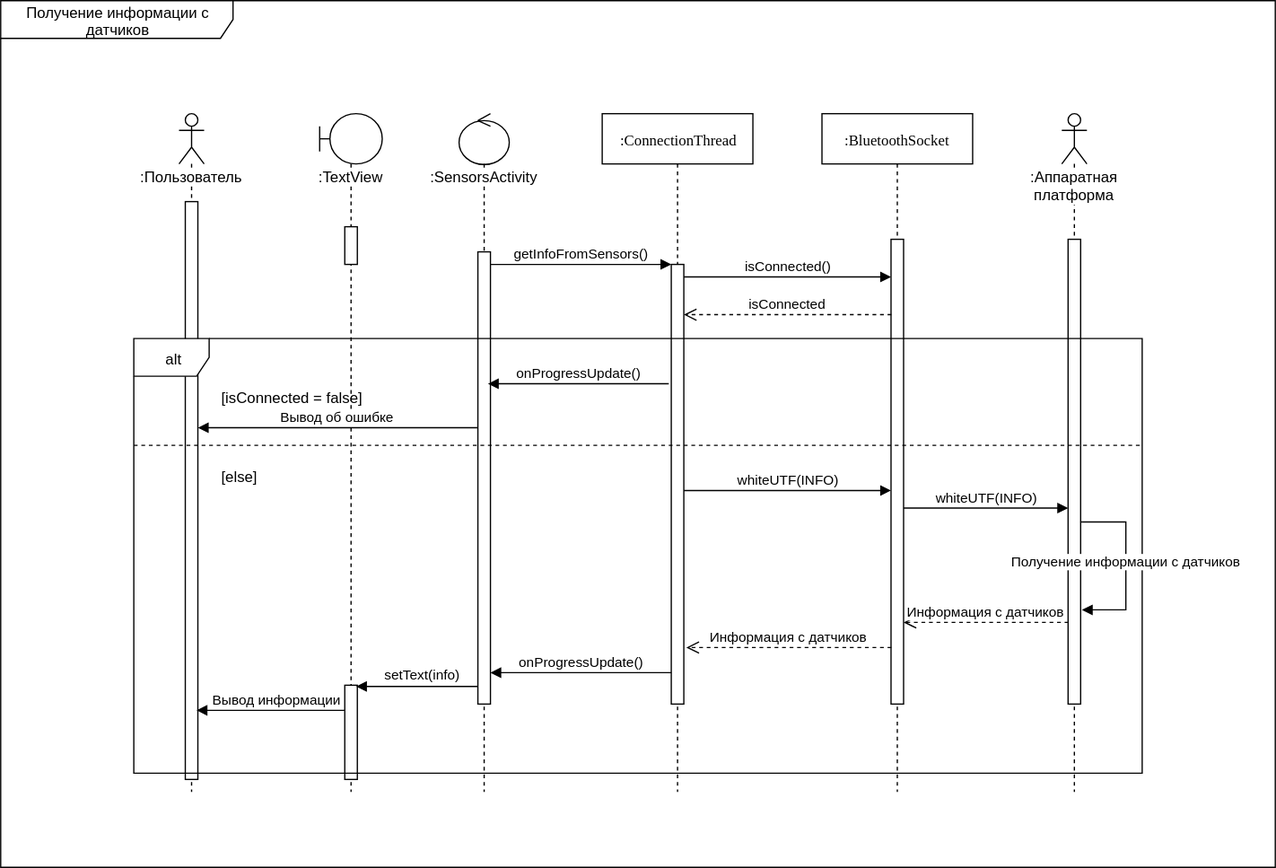
Before: documentation/diagrams/sequenct_diagrams/sensors_activity_sequence_diagram.svg, a diagram exported from draw.io (Lipotam/trackPlatform). Source tidied: cells renumbered, new cells last; positions are measured from the earlier drawing's top-left corner, leaving out a move shared by most shapes.
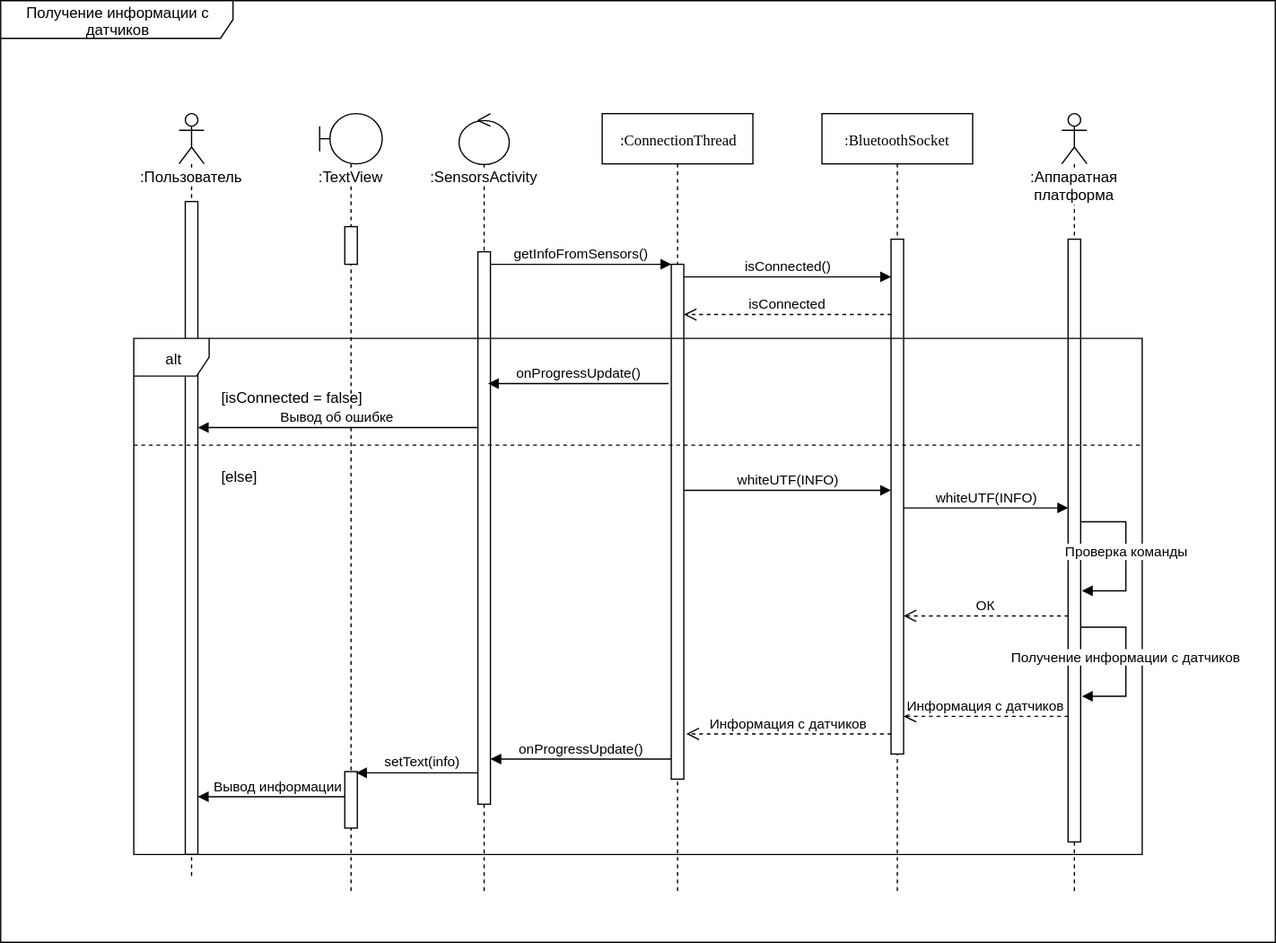
The same diagram one commit later.

Change to the diagram source:
```diff
@@ -3,43 +3,43 @@
     <mxCell id="0" />
     <mxCell id="1" parent="0" />
     <mxCell id="2" value=":ConnectionThread" style="shape=umlLifeline;perimeter=lifelinePerimeter;whiteSpace=wrap;html=1;rounded=0;shadow=0;comic=0;labelBackgroundColor=none;strokeColor=#000000;strokeWidth=1;fillColor=#FFFFFF;fontFamily=Verdana;fontSize=12;fontColor=#000000;align=center;glass=0;size=40;" parent="1" vertex="1">
-      <mxGeometry x="479" y="90" width="120" height="540" as="geometry" />
+      <mxGeometry x="479" y="90" width="120" height="620" as="geometry" />
     </mxCell>
     <mxCell id="3" style="html=1;points=[];perimeter=orthogonalPerimeter;rounded=0;shadow=0;comic=0;labelBackgroundColor=none;strokeColor=#000000;strokeWidth=1;fillColor=#FFFFFF;fontFamily=Verdana;fontSize=12;fontColor=#000000;align=center;" parent="2" vertex="1">
-      <mxGeometry x="55" y="120" width="10" height="350" as="geometry" />
+      <mxGeometry x="55" y="120" width="10" height="410" as="geometry" />
     </mxCell>
     <mxCell id="4" value=":Пользователь" style="shape=umlLifeline;participant=umlActor;perimeter=lifelinePerimeter;whiteSpace=wrap;html=1;verticalAlign=top;spacingTop=36;labelBackgroundColor=#ffffff;shadow=0;glass=0;strokeColor=#000000;fontColor=#000000;align=center;" parent="1" vertex="1">
-      <mxGeometry x="142" y="90" width="20" height="540" as="geometry" />
+      <mxGeometry x="142" y="90" width="20" height="610" as="geometry" />
     </mxCell>
     <mxCell id="5" style="html=1;points=[];perimeter=orthogonalPerimeter;rounded=0;shadow=0;comic=0;labelBackgroundColor=none;strokeColor=#000000;strokeWidth=1;fillColor=#FFFFFF;fontFamily=Verdana;fontSize=12;fontColor=#000000;align=center;" parent="4" vertex="1">
-      <mxGeometry x="5" y="70" width="10" height="460" as="geometry" />
+      <mxGeometry x="5" y="70" width="10" height="520" as="geometry" />
     </mxCell>
     <mxCell id="6" value=":Аппаратная платформа" style="shape=umlLifeline;participant=umlActor;perimeter=lifelinePerimeter;whiteSpace=wrap;html=1;verticalAlign=top;spacingTop=36;labelBackgroundColor=#ffffff;shadow=0;glass=0;strokeColor=#000000;fontColor=#000000;align=center;" parent="1" vertex="1">
-      <mxGeometry x="845" y="90" width="20" height="540" as="geometry" />
+      <mxGeometry x="845" y="90" width="20" height="620" as="geometry" />
     </mxCell>
     <mxCell id="7" style="html=1;points=[];perimeter=orthogonalPerimeter;rounded=0;shadow=0;comic=0;labelBackgroundColor=none;strokeColor=#000000;strokeWidth=1;fillColor=#FFFFFF;fontFamily=Verdana;fontSize=12;fontColor=#000000;align=center;" parent="6" vertex="1">
-      <mxGeometry x="5" y="100" width="10" height="370" as="geometry" />
+      <mxGeometry x="5" y="100" width="10" height="480" as="geometry" />
     </mxCell>
     <mxCell id="8" value=":TextView" style="shape=umlLifeline;participant=umlBoundary;perimeter=lifelinePerimeter;whiteSpace=wrap;html=1;verticalAlign=top;spacingTop=36;labelBackgroundColor=#ffffff;shadow=0;glass=0;strokeColor=#000000;fontColor=#000000;align=center;" parent="1" vertex="1">
-      <mxGeometry x="254" y="90" width="50" height="540" as="geometry" />
+      <mxGeometry x="254" y="90" width="50" height="620" as="geometry" />
     </mxCell>
     <mxCell id="9" style="html=1;perimeter=orthogonalPerimeter;rounded=0;shadow=0;comic=0;labelBackgroundColor=none;strokeColor=#000000;strokeWidth=1;fillColor=#FFFFFF;fontFamily=Verdana;fontSize=12;fontColor=#000000;align=center;" parent="8" vertex="1">
       <mxGeometry x="20" y="90" width="10" height="30" as="geometry" />
     </mxCell>
     <mxCell id="10" style="html=1;perimeter=orthogonalPerimeter;rounded=0;shadow=0;comic=0;labelBackgroundColor=none;strokeColor=#000000;strokeWidth=1;fillColor=#FFFFFF;fontFamily=Verdana;fontSize=12;fontColor=#000000;align=center;" parent="8" vertex="1">
-      <mxGeometry x="20" y="455" width="10" height="75" as="geometry" />
+      <mxGeometry x="20" y="524" width="10" height="45" as="geometry" />
     </mxCell>
     <mxCell id="11" value=":SensorsActivity" style="shape=umlLifeline;participant=umlControl;perimeter=lifelinePerimeter;whiteSpace=wrap;html=1;verticalAlign=top;spacingTop=36;labelBackgroundColor=#ffffff;shadow=0;glass=0;strokeColor=#000000;fontColor=#000000;align=center;" parent="1" vertex="1">
-      <mxGeometry x="365" y="90" width="40" height="540" as="geometry" />
+      <mxGeometry x="365" y="90" width="40" height="620" as="geometry" />
     </mxCell>
     <mxCell id="12" value=":BluetoothSocket" style="shape=umlLifeline;perimeter=lifelinePerimeter;whiteSpace=wrap;html=1;rounded=0;shadow=0;comic=0;labelBackgroundColor=none;strokeColor=#000000;strokeWidth=1;fillColor=#FFFFFF;fontFamily=Verdana;fontSize=12;fontColor=#000000;align=center;glass=0;" parent="1" vertex="1">
-      <mxGeometry x="654" y="90" width="120" height="540" as="geometry" />
+      <mxGeometry x="654" y="90" width="120" height="620" as="geometry" />
     </mxCell>
     <mxCell id="13" style="html=1;perimeter=orthogonalPerimeter;rounded=0;shadow=0;comic=0;labelBackgroundColor=none;strokeColor=#000000;strokeWidth=1;fillColor=#FFFFFF;fontFamily=Verdana;fontSize=12;fontColor=#000000;align=center;" parent="12" vertex="1">
-      <mxGeometry x="55" y="100" width="10" height="370" as="geometry" />
+      <mxGeometry x="55" y="100" width="10" height="410" as="geometry" />
     </mxCell>
     <mxCell id="14" style="html=1;perimeter=orthogonalPerimeter;rounded=0;shadow=0;comic=0;labelBackgroundColor=none;strokeColor=#000000;strokeWidth=1;fillColor=#FFFFFF;fontFamily=Verdana;fontSize=12;fontColor=#000000;align=center;" parent="1" vertex="1">
-      <mxGeometry x="380" y="200" width="10" height="360" as="geometry" />
+      <mxGeometry x="380" y="200" width="10" height="440" as="geometry" />
     </mxCell>
     <mxCell id="15" value="getInfoFromSensors()" style="html=1;verticalAlign=bottom;endArrow=block;strokeColor=#000000;fontColor=#000000;" parent="1" edge="1" target="3">
       <mxGeometry relative="1" as="geometry">
@@ -59,7 +59,7 @@
       </mxGeometry>
     </mxCell>
     <mxCell id="18" value="alt" style="shape=umlFrame;whiteSpace=wrap;html=1;rounded=0;shadow=0;glass=0;comic=0;labelBackgroundColor=none;strokeColor=#000000;fontColor=#000000;align=center;" parent="1" vertex="1">
-      <mxGeometry x="106" y="269" width="803" height="346" as="geometry" />
+      <mxGeometry x="106" y="269" width="803" height="411" as="geometry" />
     </mxCell>
     <mxCell id="19" style="line;strokeWidth=1;fillColor=none;align=left;verticalAlign=middle;spacingTop=-1;spacingLeft=3;spacingRight=3;labelPosition=right;rounded=0;shadow=0;glass=0;comic=0;labelBackgroundColor=none;fontColor=#000000;html=0;dashed=1;" parent="1" vertex="1">
       <mxGeometry x="106" y="350" width="803" height="8" as="geometry" />
@@ -92,46 +92,66 @@
         <mxPoint x="719" y="404" as="sourcePoint" />
       </mxGeometry>
     </mxCell>
-    <mxCell id="26" value="Информация с датчиков" style="html=1;verticalAlign=bottom;endArrow=open;dashed=1;endSize=8;exitX=0;exitY=0.95;strokeColor=#000000;fontColor=#000000;" parent="1" edge="1">
+    <mxCell id="26" value="ОК" style="html=1;verticalAlign=bottom;endArrow=open;dashed=1;endSize=8;exitX=0;exitY=0.95;strokeColor=#000000;fontColor=#000000;" parent="1" edge="1">
       <mxGeometry relative="1" as="geometry">
-        <mxPoint x="850.2" y="495" as="sourcePoint" />
-        <mxPoint x="719" y="495" as="targetPoint" />
+        <mxPoint x="850.2" y="490" as="sourcePoint" />
+        <mxPoint x="719" y="490" as="targetPoint" />
       </mxGeometry>
     </mxCell>
     <mxCell id="27" value="Получение информации с датчиков" style="shape=umlFrame;whiteSpace=wrap;html=1;rounded=0;shadow=0;glass=0;comic=0;labelBackgroundColor=none;strokeColor=#000000;fontColor=#000000;align=center;width=185;height=30;" parent="1" vertex="1">
-      <mxGeometry width="1015" height="690" as="geometry" />
+      <mxGeometry width="1015" height="750" as="geometry" />
     </mxCell>
-    <mxCell id="28" value="Получение информации с датчиков" style="html=1;verticalAlign=bottom;endArrow=block;strokeColor=#000000;fontColor=#000000;edgeStyle=orthogonalEdgeStyle;entryX=1.148;entryY=0.798;entryPerimeter=0;rounded=0;" parent="1" edge="1" target="7">
+    <mxCell id="28" value="Проверка команды" style="html=1;verticalAlign=bottom;endArrow=block;strokeColor=#000000;fontColor=#000000;edgeStyle=orthogonalEdgeStyle;rounded=0;" parent="1" edge="1">
       <mxGeometry x="0.08" relative="1" as="geometry">
         <mxPoint x="860" y="415" as="sourcePoint" />
+        <mxPoint x="861" y="470" as="targetPoint" />
         <Array as="points">
           <mxPoint x="896" y="415" />
-          <mxPoint x="896" y="485" />
+          <mxPoint x="896" y="470" />
+          <mxPoint x="861" y="470" />
         </Array>
       </mxGeometry>
     </mxCell>
     <mxCell id="29" value="Информация с датчиков" style="html=1;verticalAlign=bottom;endArrow=open;dashed=1;endSize=8;exitX=0;exitY=0.95;strokeColor=#000000;fontColor=#000000;" parent="1" edge="1">
       <mxGeometry relative="1" as="geometry">
-        <mxPoint x="709.2" y="515" as="sourcePoint" />
-        <mxPoint x="546" y="515" as="targetPoint" />
+        <mxPoint x="709.2" y="584" as="sourcePoint" />
+        <mxPoint x="546" y="584" as="targetPoint" />
       </mxGeometry>
     </mxCell>
     <mxCell id="30" value="onProgressUpdate()" style="html=1;verticalAlign=bottom;endArrow=block;strokeColor=#000000;fontColor=#000000;" parent="1" edge="1">
       <mxGeometry relative="1" as="geometry">
-        <mxPoint x="534" y="535" as="sourcePoint" />
-        <mxPoint x="390" y="535" as="targetPoint" />
+        <mxPoint x="534" y="604" as="sourcePoint" />
+        <mxPoint x="390" y="604" as="targetPoint" />
       </mxGeometry>
     </mxCell>
     <mxCell id="31" value="setText(info)" style="html=1;verticalAlign=bottom;endArrow=block;strokeColor=#000000;fontColor=#000000;" parent="1" edge="1">
       <mxGeometry x="-0.09" y="-1" relative="1" as="geometry">
-        <mxPoint x="380" y="546" as="sourcePoint" />
-        <mxPoint x="283" y="546" as="targetPoint" />
+        <mxPoint x="380" y="615" as="sourcePoint" />
+        <mxPoint x="283" y="615" as="targetPoint" />
       </mxGeometry>
     </mxCell>
-    <mxCell id="32" value="Вывод информации" style="html=1;verticalAlign=bottom;endArrow=block;strokeColor=#000000;fontColor=#000000;entryX=0.917;entryY=0.881;entryPerimeter=0;" parent="1" edge="1" target="5">
+    <mxCell id="32" value="Вывод информации" style="html=1;verticalAlign=bottom;endArrow=block;strokeColor=#000000;fontColor=#000000;entryX=0.917;entryY=0.881;entryPerimeter=0;" parent="1" edge="1">
       <mxGeometry x="-0.09" relative="1" as="geometry">
-        <mxPoint x="274" y="565" as="sourcePoint" />
+        <mxPoint x="274" y="634" as="sourcePoint" />
+        <mxPoint x="157" y="634" as="targetPoint" />
       </mxGeometry>
     </mxCell>
+    <mxCell id="33" value="Получение информации с датчиков" style="html=1;verticalAlign=bottom;endArrow=block;strokeColor=#000000;fontColor=#000000;edgeStyle=orthogonalEdgeStyle;rounded=0;" parent="1" edge="1">
+      <mxGeometry x="0.08" relative="1" as="geometry">
+        <mxPoint x="860.1" y="499.3" as="sourcePoint" />
+        <mxPoint x="861.3" y="554.1" as="targetPoint" />
+        <Array as="points">
+          <mxPoint x="896" y="499" />
+          <mxPoint x="896" y="554" />
+          <mxPoint x="861" y="554" />
+        </Array>
+      </mxGeometry>
+    </mxCell>
+    <mxCell id="34" value="Информация с датчиков" style="html=1;verticalAlign=bottom;endArrow=open;dashed=1;endSize=8;exitX=0;exitY=0.95;strokeColor=#000000;fontColor=#000000;" parent="1" edge="1">
+      <mxGeometry relative="1" as="geometry">
+        <mxPoint x="850.2" y="570" as="sourcePoint" />
+        <mxPoint x="719" y="570" as="targetPoint" />
+      </mxGeometry>
+    </mxCell>
   </root>
 </mxGraphModel>
```
